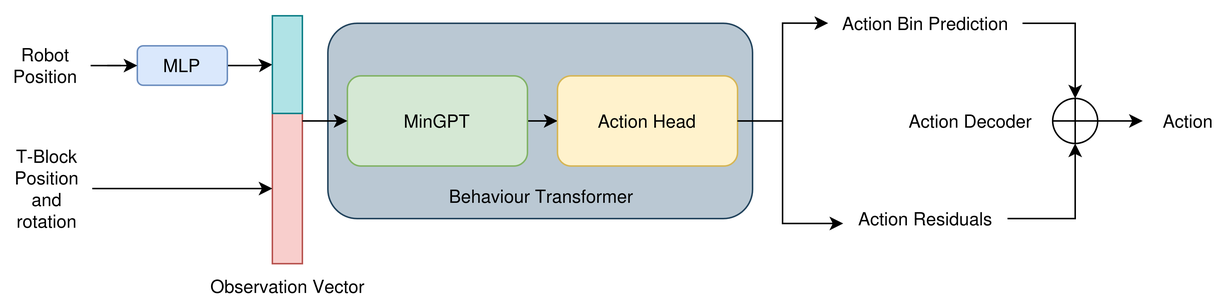
Above: figures/BeT_architecture.png in gautham-98/BeT-PushT (draw.io), before the change. Source tidied: cells renumbered, new cells last; positions are measured from the earlier drawing's top-left corner, leaving out a move shared by most shapes.
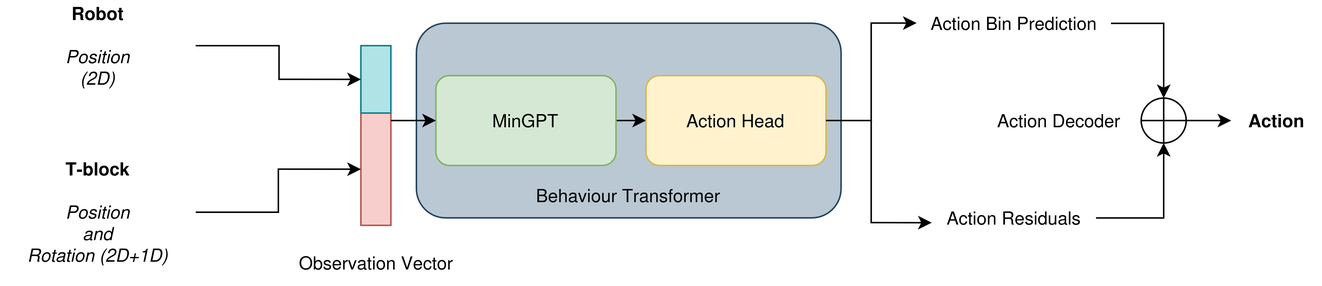
The same diagram one commit later.

The edit, as a diff of the source:
```diff
@@ -48,47 +48,43 @@
     <mxCell id="13" style="edgeStyle=orthogonalEdgeStyle;rounded=0;jettySize=auto;html=1;entryX=0.5;entryY=1;entryDx=0;entryDy=0;entryPerimeter=0;" parent="1" edge="1" source="7" target="11">
       <mxGeometry relative="1" as="geometry" />
     </mxCell>
-    <mxCell id="14" value="Action" style="text;html=1;align=center;verticalAlign=middle;points=[];strokeColor=none;fillColor=none;" parent="1" vertex="1">
+    <mxCell id="14" value="&lt;b&gt;Action&lt;/b&gt;" style="text;html=1;align=center;verticalAlign=middle;points=[];strokeColor=none;fillColor=none;" parent="1" vertex="1">
       <mxGeometry x="761" y="65" width="60" height="30" as="geometry" />
     </mxCell>
     <mxCell id="15" value="Action Decoder" style="text;html=1;align=center;verticalAlign=middle;strokeColor=none;fillColor=none;" parent="1" vertex="1">
       <mxGeometry x="591" y="65" width="110" height="30" as="geometry" />
     </mxCell>
-    <mxCell id="16" style="edgeStyle=orthogonalEdgeStyle;rounded=0;jettySize=auto;html=1;entryX=0;entryY=0.5;entryDx=0;entryDy=0;" parent="1" edge="1" source="17" target="19">
-      <mxGeometry relative="1" as="geometry" />
+    <mxCell id="16" style="rounded=0;whiteSpace=wrap;html=1;fillColor=#f8cecc;strokeColor=#b85450;" parent="1" vertex="1">
+      <mxGeometry x="181" y="75" width="20" height="75" as="geometry" />
     </mxCell>
-    <mxCell id="17" value="MLP" style="rounded=1;whiteSpace=wrap;html=1;fillColor=#dae8fc;strokeColor=#6c8ebf;" parent="1" vertex="1">
-      <mxGeometry x="91" y="30" width="60" height="26.2" as="geometry" />
+    <mxCell id="17" style="rounded=0;whiteSpace=wrap;html=1;fillColor=#b0e3e6;strokeColor=#0e8088;" parent="1" vertex="1">
+      <mxGeometry x="181" y="30" width="20" height="45" as="geometry" />
     </mxCell>
-    <mxCell id="18" style="rounded=0;whiteSpace=wrap;html=1;fillColor=#f8cecc;strokeColor=#b85450;" parent="1" vertex="1">
-      <mxGeometry x="181" y="75" width="20" height="100" as="geometry" />
+    <mxCell id="18" style="edgeStyle=orthogonalEdgeStyle;rounded=0;jettySize=auto;html=1;entryX=0;entryY=0.5;entryDx=0;entryDy=0;" parent="1" edge="1" source="19" target="16">
+      <mxGeometry relative="1" as="geometry" />
     </mxCell>
-    <mxCell id="19" style="rounded=0;whiteSpace=wrap;html=1;fillColor=#b0e3e6;strokeColor=#0e8088;" parent="1" vertex="1">
-      <mxGeometry x="181" y="10" width="20" height="65" as="geometry" />
+    <mxCell id="19" value="&lt;b&gt;T-block&lt;/b&gt;&lt;div&gt;&lt;br&gt;&lt;/div&gt;&lt;div&gt;&lt;i&gt;Position&lt;/i&gt;&lt;/div&gt;&lt;div&gt;&lt;i&gt;&amp;nbsp;and&amp;nbsp;&lt;/i&gt;&lt;/div&gt;&lt;div&gt;&lt;i&gt;Rotation (2D+1D)&lt;/i&gt;&lt;/div&gt;" style="text;html=1;align=center;verticalAlign=middle;whiteSpace=wrap;rounded=0;" parent="1" vertex="1">
+      <mxGeometry x="-59" y="110" width="130" height="62.5" as="geometry" />
     </mxCell>
-    <mxCell id="20" style="edgeStyle=orthogonalEdgeStyle;rounded=0;jettySize=auto;html=1;entryX=0;entryY=0.5;entryDx=0;entryDy=0;" parent="1" edge="1" source="21" target="18">
-      <mxGeometry relative="1" as="geometry" />
+    <mxCell id="20" style="edgeStyle=orthogonalEdgeStyle;rounded=0;jettySize=auto;html=1;entryX=0;entryY=0.5;entryDx=0;entryDy=0;" parent="1" edge="1" target="17">
+      <mxGeometry relative="1" as="geometry">
+        <mxPoint x="71" y="30" as="sourcePoint" />
+      </mxGeometry>
     </mxCell>
-    <mxCell id="21" value="T-Block&lt;br&gt;Position and rotation" style="text;html=1;align=center;verticalAlign=middle;whiteSpace=wrap;rounded=0;" parent="1" vertex="1">
-      <mxGeometry x="1" y="110" width="60" height="30" as="geometry" />
+    <mxCell id="21" value="&lt;div&gt;&lt;b&gt;Robot&lt;/b&gt;&lt;/div&gt;&lt;br&gt;&lt;i&gt;Position (2D)&lt;/i&gt;" style="text;html=1;align=center;verticalAlign=middle;whiteSpace=wrap;rounded=0;" parent="1" vertex="1">
+      <mxGeometry x="-24" y="15" width="60" height="30" as="geometry" />
     </mxCell>
-    <mxCell id="22" style="edgeStyle=orthogonalEdgeStyle;rounded=0;jettySize=auto;html=1;entryX=0;entryY=0.5;entryDx=0;entryDy=0;" parent="1" edge="1" source="23" target="17">
-      <mxGeometry relative="1" as="geometry" />
+    <mxCell id="22" style="edgeStyle=orthogonalEdgeStyle;rounded=0;orthogonalLoop=1;jettySize=auto;html=1;" parent="1" edge="1">
+      <mxGeometry relative="1" as="geometry">
+        <mxPoint x="201" y="80" as="sourcePoint" />
+        <mxPoint x="231" y="80" as="targetPoint" />
+      </mxGeometry>
     </mxCell>
-    <mxCell id="23" value="Robot Position" style="text;html=1;align=center;verticalAlign=middle;whiteSpace=wrap;rounded=0;" parent="1" vertex="1">
-      <mxGeometry y="28.1" width="60" height="30" as="geometry" />
+    <mxCell id="23" value="Behaviour Transformer" style="text;html=1;align=center;verticalAlign=middle;points=[];strokeColor=none;fillColor=none;" parent="1" vertex="1">
+      <mxGeometry x="284.5" y="115" width="150" height="30" as="geometry" />
     </mxCell>
-    <mxCell id="24" style="edgeStyle=orthogonalEdgeStyle;rounded=0;orthogonalLoop=1;jettySize=auto;html=1;" parent="1" edge="1">
-      <mxGeometry relative="1" as="geometry">
-        <mxPoint x="201" y="80" as="sourcePoint" />
-        <mxPoint x="231" y="80" as="targetPoint" />
-      </mxGeometry>
+    <mxCell id="24" value="Observation Vector" style="text;html=1;align=center;verticalAlign=middle;strokeColor=none;fillColor=none;" parent="1" vertex="1">
+      <mxGeometry x="126" y="160" width="130" height="30" as="geometry" />
     </mxCell>
-    <mxCell id="25" value="Behaviour Transformer" style="text;html=1;align=center;verticalAlign=middle;strokeColor=none;fillColor=none;" parent="1" vertex="1">
-      <mxGeometry x="284.5" y="115" width="150" height="30" as="geometry" />
-    </mxCell>
-    <mxCell id="26" value="Observation Vector" style="text;html=1;align=center;verticalAlign=middle;strokeColor=none;fillColor=none;" parent="1" vertex="1">
-      <mxGeometry x="126" y="175" width="130" height="30" as="geometry" />
-    </mxCell>
   </root>
 </mxGraphModel>
```
